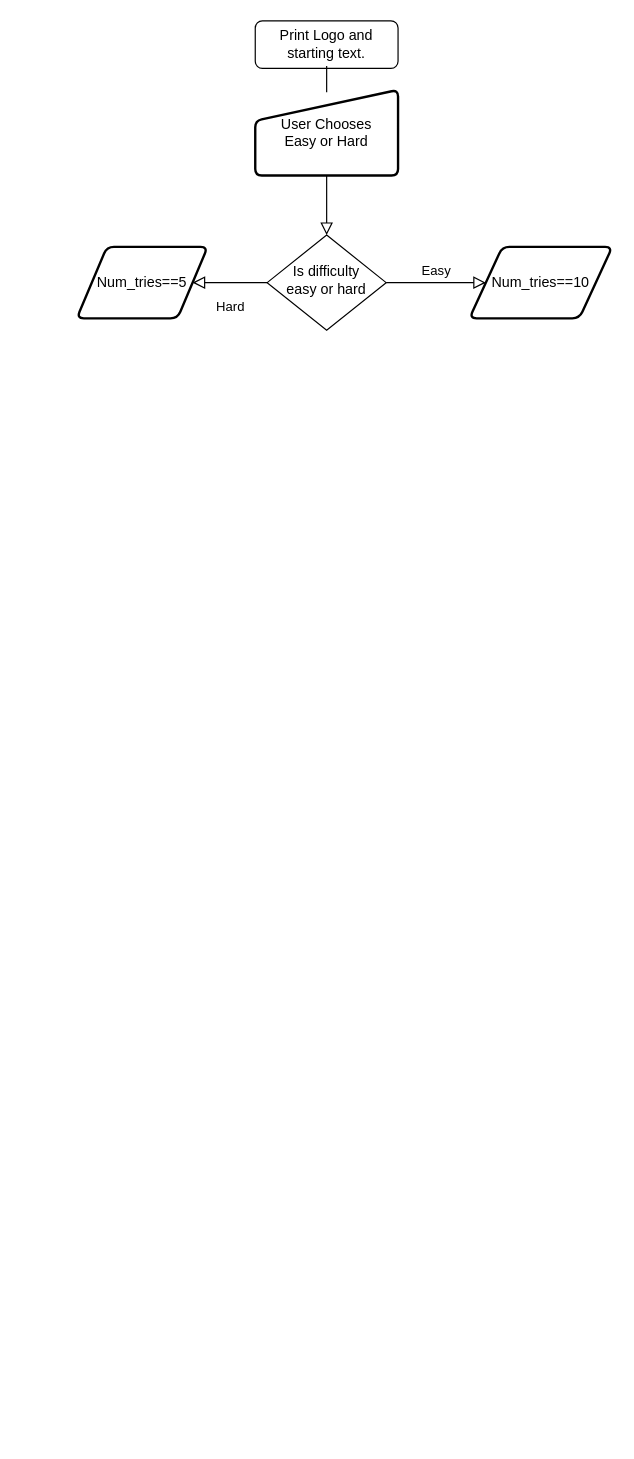
Above: Guess-The-Number.drawio in DavidMeldarion/FlowCharts (draw.io), before the change. Source tidied: cells renumbered, new cells numbered last; positions are measured from the earlier drawing's top-left corner, leaving out a move shared by most shapes. Both pictures are drawn from the tidied source at 119%, with x=0, y=0 at pixel (76, 20).
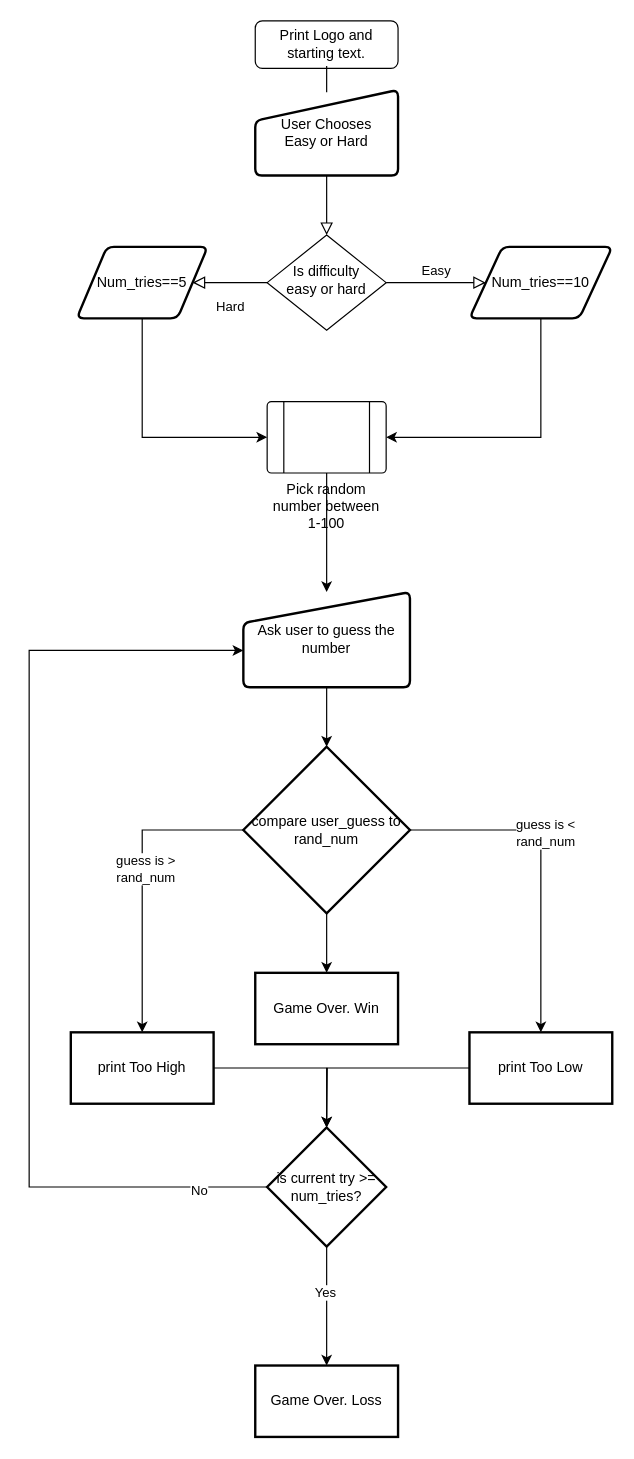
After the change.

The change refers to these unchanged cells:
```xml
<mxCell id="9" value="Num_tries==10" style="shape=parallelogram;html=1;strokeWidth=2;perimeter=parallelogramPerimeter;whiteSpace=wrap;rounded=1;arcSize=12;size=0.23;" parent="1" vertex="1">
  <mxGeometry x="330" y="190" width="120" height="60" as="geometry" />
</mxCell>
<mxCell id="10" value="&lt;span&gt;Num_tries==5&lt;/span&gt;" style="shape=parallelogram;html=1;strokeWidth=2;perimeter=parallelogramPerimeter;whiteSpace=wrap;rounded=1;arcSize=12;size=0.23;" parent="1" vertex="1">
  <mxGeometry y="190" width="110" height="60" as="geometry" />
</mxCell>
```

Diff of the diagram source:
```diff
@@
+    <mxCell id="11" style="edgeStyle=orthogonalEdgeStyle;rounded=0;jettySize=auto;html=1;exitX=0.5;exitY=1;exitDx=0;exitDy=0;entryX=1;entryY=0.5;entryDx=0;entryDy=0;" parent="1" edge="1" source="9" target="14">
+      <mxGeometry relative="1" as="geometry" />
+    </mxCell>
@@
+    <mxCell id="12" style="edgeStyle=orthogonalEdgeStyle;rounded=0;jettySize=auto;html=1;exitX=0.5;exitY=1;exitDx=0;exitDy=0;entryX=0;entryY=0.5;entryDx=0;entryDy=0;" parent="1" edge="1" source="10" target="14">
+      <mxGeometry relative="1" as="geometry" />
+    </mxCell>
@@
+    <mxCell id="13" style="edgeStyle=orthogonalEdgeStyle;rounded=0;jettySize=auto;html=1;exitX=0.5;exitY=1;exitDx=0;exitDy=0;" parent="1" edge="1" source="14" target="16">
+      <mxGeometry relative="1" as="geometry" />
+    </mxCell>
+    <mxCell id="14" value="Pick random number between 1-100" style="verticalLabelPosition=bottom;verticalAlign=top;html=1;shape=process;whiteSpace=wrap;rounded=1;size=0.14;arcSize=6;" parent="1" vertex="1">
+      <mxGeometry x="160" y="320" width="100" height="60" as="geometry" />
+    </mxCell>
+    <mxCell id="15" style="edgeStyle=orthogonalEdgeStyle;rounded=0;jettySize=auto;html=1;exitX=0.5;exitY=1;exitDx=0;exitDy=0;" parent="1" edge="1" source="16" target="22">
+      <mxGeometry relative="1" as="geometry" />
+    </mxCell>
+    <mxCell id="16" value="Ask user to guess the number" style="html=1;strokeWidth=2;shape=manualInput;whiteSpace=wrap;rounded=1;size=26;arcSize=11;" parent="1" vertex="1">
+      <mxGeometry x="140" y="480" width="140" height="80" as="geometry" />
+    </mxCell>
+    <mxCell id="17" style="edgeStyle=orthogonalEdgeStyle;rounded=0;jettySize=auto;html=1;" parent="1" edge="1" source="22" target="24">
+      <mxGeometry relative="1" as="geometry" />
+    </mxCell>
+    <mxCell id="18" value="guess is &amp;gt;&lt;br&gt;rand_num" style="edgeLabel;html=1;align=center;verticalAlign=middle;" parent="17" vertex="1">
+      <mxGeometry x="-0.08" y="2" relative="1" as="geometry" />
+    </mxCell>
+    <mxCell id="19" style="edgeStyle=orthogonalEdgeStyle;rounded=0;jettySize=auto;html=1;" parent="1" edge="1" source="22" target="26">
+      <mxGeometry relative="1" as="geometry" />
+    </mxCell>
+    <mxCell id="20" value="guess is &amp;lt;&lt;br&gt;rand_num" style="edgeLabel;html=1;align=center;verticalAlign=middle;" parent="19" vertex="1">
+      <mxGeometry x="-0.2" y="3" relative="1" as="geometry" />
+    </mxCell>
+    <mxCell id="21" style="edgeStyle=orthogonalEdgeStyle;rounded=0;jettySize=auto;html=1;" parent="1" edge="1" source="22" target="33">
+      <mxGeometry relative="1" as="geometry" />
+    </mxCell>
+    <mxCell id="22" value="compare user_guess to rand_num" style="strokeWidth=2;html=1;shape=mxgraph.flowchart.decision;whiteSpace=wrap;" parent="1" vertex="1">
+      <mxGeometry x="140" y="610" width="140" height="140" as="geometry" />
+    </mxCell>
+    <mxCell id="23" style="edgeStyle=orthogonalEdgeStyle;rounded=0;jettySize=auto;html=1;exitX=1;exitY=0.5;exitDx=0;exitDy=0;entryX=0.5;entryY=0;entryDx=0;entryDy=0;entryPerimeter=0;" parent="1" edge="1" source="24" target="31">
+      <mxGeometry relative="1" as="geometry" />
+    </mxCell>
+    <mxCell id="24" value="print Too High" style="whiteSpace=wrap;html=1;strokeWidth=2;" parent="1" vertex="1">
+      <mxGeometry x="-5" y="850" width="120" height="60" as="geometry" />
+    </mxCell>
+    <mxCell id="25" style="edgeStyle=orthogonalEdgeStyle;rounded=0;jettySize=auto;html=1;exitX=0;exitY=0.5;exitDx=0;exitDy=0;" parent="1" edge="1" source="26">
+      <mxGeometry relative="1" as="geometry">
+        <mxPoint x="210" y="930" as="targetPoint" />
+      </mxGeometry>
+    </mxCell>
+    <mxCell id="26" value="print Too Low" style="whiteSpace=wrap;html=1;strokeWidth=2;" parent="1" vertex="1">
+      <mxGeometry x="330" y="850" width="120" height="60" as="geometry" />
+    </mxCell>
+    <mxCell id="27" style="edgeStyle=orthogonalEdgeStyle;rounded=0;jettySize=auto;html=1;" parent="1" edge="1" source="31" target="32">
+      <mxGeometry relative="1" as="geometry" />
+    </mxCell>
+    <mxCell id="28" value="Yes" style="edgeLabel;html=1;align=center;verticalAlign=middle;" parent="27" vertex="1">
+      <mxGeometry x="-0.24" y="-2" relative="1" as="geometry" />
+    </mxCell>
+    <mxCell id="29" style="edgeStyle=orthogonalEdgeStyle;rounded=0;jettySize=auto;html=1;exitX=0;exitY=0.5;exitDx=0;exitDy=0;exitPerimeter=0;entryX=0;entryY=0.613;entryDx=0;entryDy=0;entryPerimeter=0;" parent="1" edge="1" source="31" target="16">
+      <mxGeometry relative="1" as="geometry">
+        <Array as="points">
+          <mxPoint x="-40" y="980" />
+          <mxPoint x="-40" y="529" />
+        </Array>
+      </mxGeometry>
+    </mxCell>
+    <mxCell id="30" value="No" style="edgeLabel;html=1;align=center;verticalAlign=middle;" parent="29" vertex="1">
+      <mxGeometry x="-0.86" y="2" relative="1" as="geometry" />
+    </mxCell>
+    <mxCell id="31" value="is current try &amp;gt;= num_tries?" style="strokeWidth=2;html=1;shape=mxgraph.flowchart.decision;whiteSpace=wrap;" parent="1" vertex="1">
+      <mxGeometry x="160" y="930" width="100" height="100" as="geometry" />
+    </mxCell>
+    <mxCell id="32" value="Game Over. Loss" style="whiteSpace=wrap;html=1;strokeWidth=2;" parent="1" vertex="1">
+      <mxGeometry x="150" y="1130" width="120" height="60" as="geometry" />
+    </mxCell>
+    <mxCell id="33" value="Game Over. Win" style="whiteSpace=wrap;html=1;strokeWidth=2;" parent="1" vertex="1">
+      <mxGeometry x="150" y="800" width="120" height="60" as="geometry" />
+    </mxCell>
```
